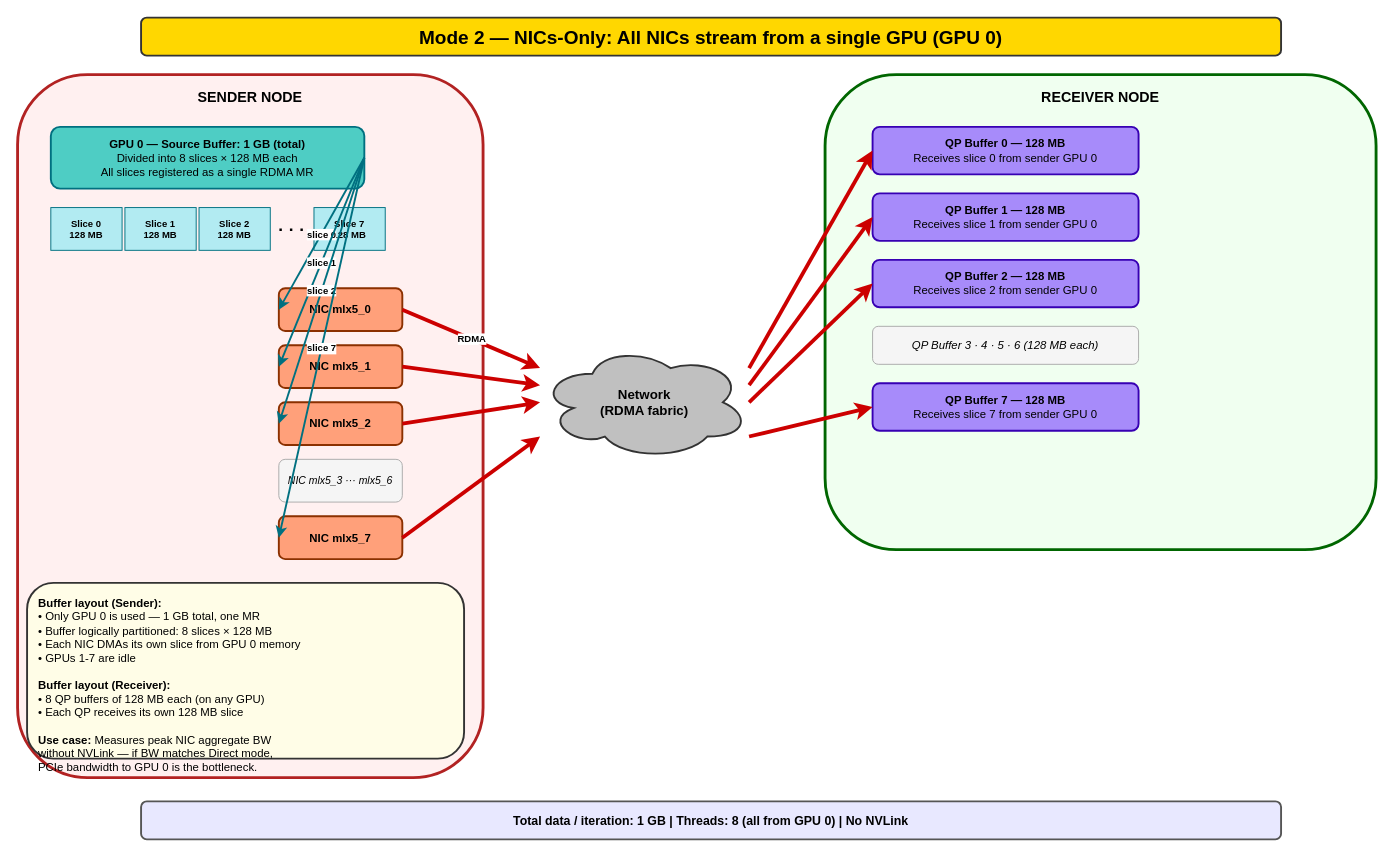
Above: page "2 - NICs-Only Mode" (2 of 5) of test-docs/RDMA_Test_Architecture.drawio in itayalroy/perftest (draw.io), before the change. Source tidied: cells renumbered, new cells numbered last; positions are measured from the earlier drawing's top-left corner, leaving out a move shared by most shapes. Both pictures are drawn from the tidied source at 95%, with x=0, y=0 at pixel (17, 17).
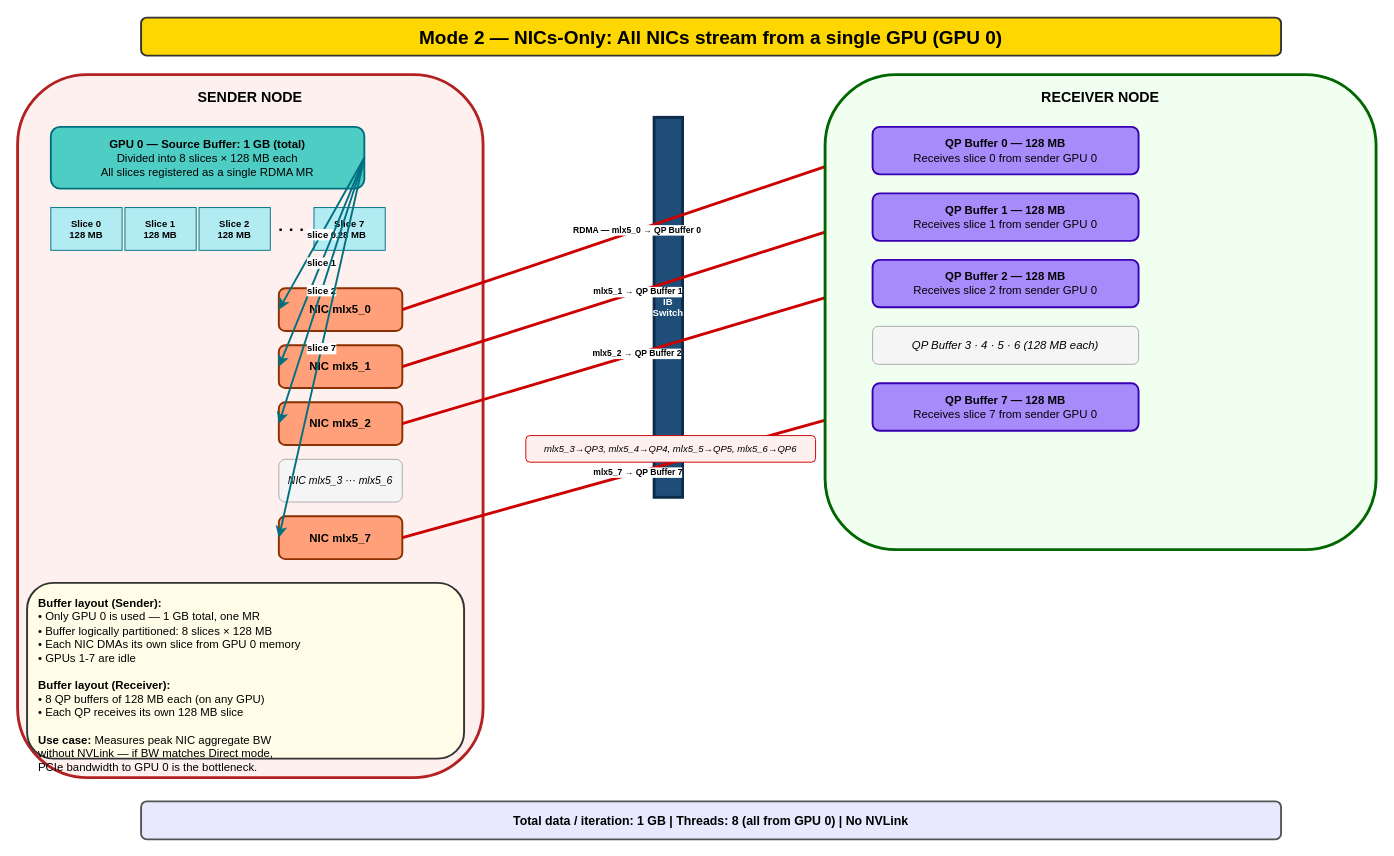
The same diagram, later.

The change refers to these unchanged cells:
```xml
<mxCell id="10" value="NIC mlx5_0" style="rounded=1;whiteSpace=wrap;html=1;fillColor=#FFA07A;strokeColor=#8B3000;fontSize=12;fontStyle=1;strokeWidth=2;fontColor=#000000;" parent="1" vertex="1">
  <mxGeometry x="275" y="285" width="130" height="45" as="geometry" />
</mxCell>
<mxCell id="11" value="NIC mlx5_1" style="rounded=1;whiteSpace=wrap;html=1;fillColor=#FFA07A;strokeColor=#8B3000;fontSize=12;fontStyle=1;strokeWidth=2;fontColor=#000000;" parent="1" vertex="1">
  <mxGeometry x="275" y="345" width="130" height="45" as="geometry" />
</mxCell>
<mxCell id="12" value="NIC mlx5_2" style="rounded=1;whiteSpace=wrap;html=1;fillColor=#FFA07A;strokeColor=#8B3000;fontSize=12;fontStyle=1;strokeWidth=2;fontColor=#000000;" parent="1" vertex="1">
  <mxGeometry x="275" y="405" width="130" height="45" as="geometry" />
</mxCell>
<mxCell id="14" value="NIC mlx5_7" style="rounded=1;whiteSpace=wrap;html=1;fillColor=#FFA07A;strokeColor=#8B3000;fontSize=12;fontStyle=1;strokeWidth=2;fontColor=#000000;" parent="1" vertex="1">
  <mxGeometry x="275" y="525" width="130" height="45" as="geometry" />
</mxCell>
<mxCell id="26" value="&lt;b&gt;QP Buffer 0 — 128 MB&lt;/b&gt;&lt;br&gt;Receives slice 0 from sender GPU 0" style="rounded=1;whiteSpace=wrap;html=1;fillColor=#A78BFA;strokeColor=#3700B3;fontSize=12;strokeWidth=2;align=center;fontColor=#000000;" parent="1" vertex="1">
  <mxGeometry x="900" y="115" width="280" height="50" as="geometry" />
</mxCell>
<mxCell id="27" value="&lt;b&gt;QP Buffer 1 — 128 MB&lt;/b&gt;&lt;br&gt;Receives slice 1 from sender GPU 0" style="rounded=1;whiteSpace=wrap;html=1;fillColor=#A78BFA;strokeColor=#3700B3;fontSize=12;strokeWidth=2;align=center;fontColor=#000000;" parent="1" vertex="1">
  <mxGeometry x="900" y="185" width="280" height="50" as="geometry" />
</mxCell>
<mxCell id="28" value="&lt;b&gt;QP Buffer 2 — 128 MB&lt;/b&gt;&lt;br&gt;Receives slice 2 from sender GPU 0" style="rounded=1;whiteSpace=wrap;html=1;fillColor=#A78BFA;strokeColor=#3700B3;fontSize=12;strokeWidth=2;align=center;fontColor=#000000;" parent="1" vertex="1">
  <mxGeometry x="900" y="255" width="280" height="50" as="geometry" />
</mxCell>
<mxCell id="30" value="&lt;b&gt;QP Buffer 7 — 128 MB&lt;/b&gt;&lt;br&gt;Receives slice 7 from sender GPU 0" style="rounded=1;whiteSpace=wrap;html=1;fillColor=#A78BFA;strokeColor=#3700B3;fontSize=12;strokeWidth=2;align=center;fontColor=#000000;" parent="1" vertex="1">
  <mxGeometry x="900" y="385" width="280" height="50" as="geometry" />
</mxCell>
```

Diff of the diagram source:
```diff
@@
-    <mxCell id="20" value="&lt;b&gt;Network&lt;/b&gt;&lt;br&gt;(RDMA fabric)" style="ellipse;shape=cloud;whiteSpace=wrap;html=1;fillColor=#C0C0C0;strokeColor=#333;fontSize=14;fontStyle=1;strokeWidth=2;fontColor=#000000;" parent="1" vertex="1">
-      <mxGeometry x="550" y="345" width="220" height="120" as="geometry" />
+    <mxCell id="20" value="IB Switch" style="rounded=0;whiteSpace=wrap;html=1;fillColor=#1e4d78;strokeColor=#0d2b4a;fontSize=10;fontStyle=1;strokeWidth=3;fontColor=#ffffff;verticalAlign=middle;" parent="1" vertex="1">
+      <mxGeometry x="670" y="105" width="30" height="400" as="geometry" />
     </mxCell>
-    <mxCell id="21" value="RDMA" style="endArrow=classic;html=1;strokeWidth=4;strokeColor=#CC0000;fontSize=10;fontStyle=1;exitX=1;exitY=0.5;exitDx=0;exitDy=0;entryX=0;entryY=0.2;entryDx=0;entryDy=0;entryPerimeter=0;fontColor=#000000;" parent="1" edge="1" source="10" target="20">
+    <mxCell id="21" value="RDMA — mlx5_0 → QP Buffer 0" style="endArrow=classic;html=1;strokeWidth=3;strokeColor=#CC0000;fontSize=9;fontStyle=1;exitX=1;exitY=0.5;exitDx=0;exitDy=0;entryX=0;entryY=0.5;entryDx=0;entryDy=0;fontColor=#000000;" parent="1" edge="1" source="10" target="26">
       <mxGeometry relative="1" as="geometry" />
     </mxCell>
-    <mxCell id="22" style="endArrow=classic;html=1;strokeWidth=4;strokeColor=#CC0000;exitX=1;exitY=0.5;exitDx=0;exitDy=0;entryX=0;entryY=0.35;entryDx=0;entryDy=0;entryPerimeter=0;fontColor=#000000;" parent="1" edge="1" source="11" target="20">
+    <mxCell id="22" value="mlx5_1 → QP Buffer 1" style="endArrow=classic;html=1;strokeWidth=3;strokeColor=#CC0000;fontSize=9;fontStyle=1;exitX=1;exitY=0.5;exitDx=0;exitDy=0;entryX=0;entryY=0.5;entryDx=0;entryDy=0;fontColor=#000000;" parent="1" edge="1" source="11" target="27">
       <mxGeometry relative="1" as="geometry" />
     </mxCell>
-    <mxCell id="23" style="endArrow=classic;html=1;strokeWidth=4;strokeColor=#CC0000;exitX=1;exitY=0.5;exitDx=0;exitDy=0;entryX=0;entryY=0.5;entryDx=0;entryDy=0;entryPerimeter=0;fontColor=#000000;" parent="1" edge="1" source="12" target="20">
+    <mxCell id="23" value="mlx5_2 → QP Buffer 2" style="endArrow=classic;html=1;strokeWidth=3;strokeColor=#CC0000;fontSize=9;fontStyle=1;exitX=1;exitY=0.5;exitDx=0;exitDy=0;entryX=0;entryY=0.5;entryDx=0;entryDy=0;fontColor=#000000;" parent="1" edge="1" source="12" target="28">
       <mxGeometry relative="1" as="geometry" />
     </mxCell>
-    <mxCell id="24" style="endArrow=classic;html=1;strokeWidth=4;strokeColor=#CC0000;exitX=1;exitY=0.5;exitDx=0;exitDy=0;entryX=0;entryY=0.8;entryDx=0;entryDy=0;entryPerimeter=0;fontColor=#000000;" parent="1" edge="1" source="14" target="20">
+    <mxCell id="24" value="mlx5_7 → QP Buffer 7" style="endArrow=classic;html=1;strokeWidth=3;strokeColor=#CC0000;fontSize=9;fontStyle=1;exitX=1;exitY=0.5;exitDx=0;exitDy=0;entryX=0;entryY=0.5;entryDx=0;entryDy=0;fontColor=#000000;" parent="1" edge="1" source="14" target="30">
       <mxGeometry relative="1" as="geometry" />
     </mxCell>
+    <mxCell id="36" value="mlx5_3→QP3, mlx5_4→QP4, mlx5_5→QP5, mlx5_6→QP6" style="text;html=1;strokeColor=#CC0000;fillColor=#FFF0F0;align=center;verticalAlign=middle;whiteSpace=wrap;rounded=1;fontSize=10;fontStyle=2;strokeWidth=1;fontColor=#000000;" parent="1" vertex="1">
+      <mxGeometry x="535" y="440" width="305" height="28" as="geometry" />
+    </mxCell>
@@
-    <mxCell id="31" style="endArrow=classic;html=1;strokeWidth=4;strokeColor=#CC0000;exitX=1;exitY=0.2;exitDx=0;exitDy=0;exitPerimeter=0;entryX=0;entryY=0.5;entryDx=0;entryDy=0;fontColor=#000000;" parent="1" edge="1" source="20" target="26">
-      <mxGeometry relative="1" as="geometry" />
-    </mxCell>
-    <mxCell id="32" style="endArrow=classic;html=1;strokeWidth=4;strokeColor=#CC0000;exitX=1;exitY=0.35;exitDx=0;exitDy=0;exitPerimeter=0;entryX=0;entryY=0.5;entryDx=0;entryDy=0;fontColor=#000000;" parent="1" edge="1" source="20" target="27">
-      <mxGeometry relative="1" as="geometry" />
-    </mxCell>
-    <mxCell id="33" style="endArrow=classic;html=1;strokeWidth=4;strokeColor=#CC0000;exitX=1;exitY=0.5;exitDx=0;exitDy=0;exitPerimeter=0;entryX=0;entryY=0.5;entryDx=0;entryDy=0;fontColor=#000000;" parent="1" edge="1" source="20" target="28">
-      <mxGeometry relative="1" as="geometry" />
-    </mxCell>
-    <mxCell id="34" style="endArrow=classic;html=1;strokeWidth=4;strokeColor=#CC0000;exitX=1;exitY=0.8;exitDx=0;exitDy=0;exitPerimeter=0;entryX=0;entryY=0.5;entryDx=0;entryDy=0;fontColor=#000000;" parent="1" edge="1" source="20" target="30">
-      <mxGeometry relative="1" as="geometry" />
-    </mxCell>
```
